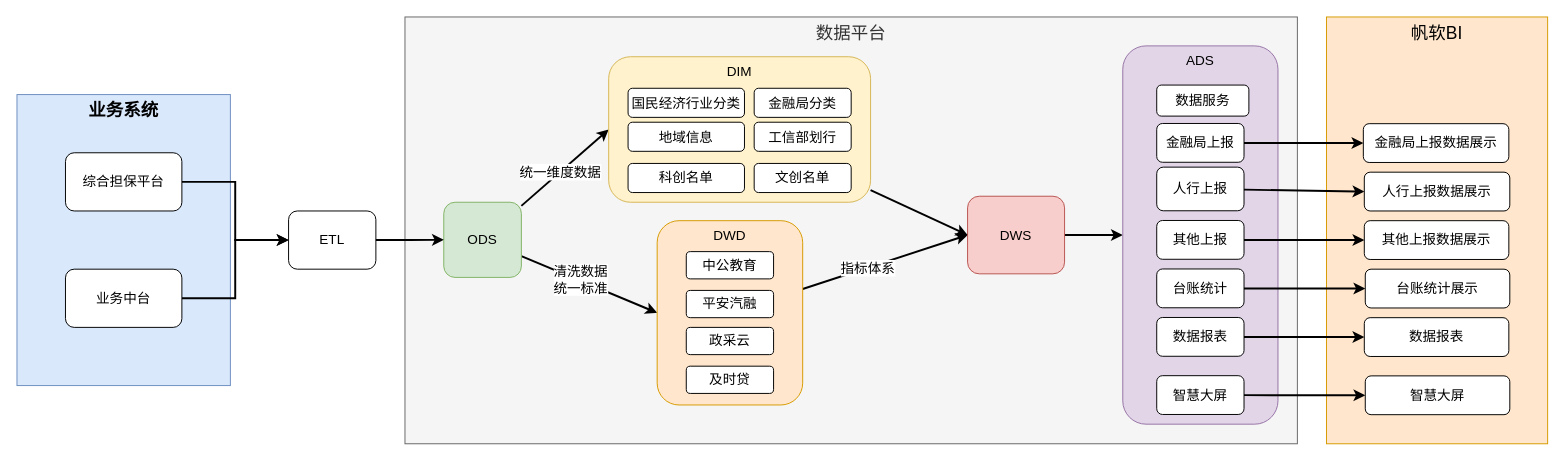
This is page "数据治理" (14 of 21) of work.drawio from starzy1990/diagrams, a draw.io file, before an edit. Source tidied: cells renumbered, new cells numbered last; positions are measured from the earlier drawing's top-left corner, leaving out a move shared by most shapes. Both pictures are drawn from the tidied source at 97%, with x=0, y=0 at pixel (16, 16).
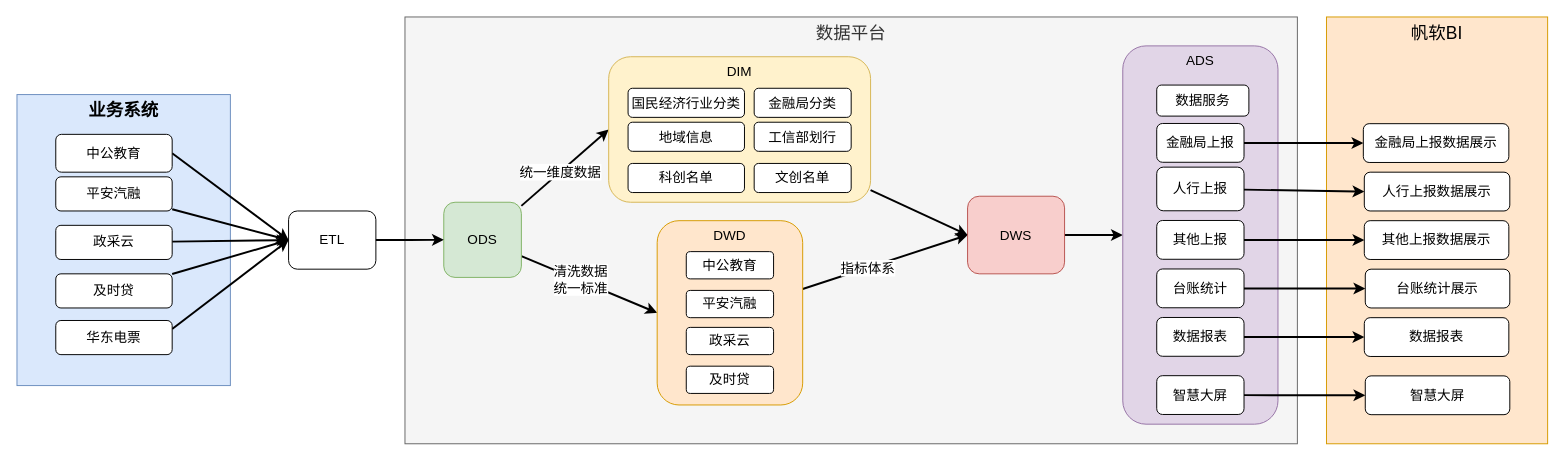
The same diagram, later.

The change refers to these unchanged cells:
```xml
<mxCell id="7" value="ETL" style="rounded=1;whiteSpace=wrap;html=1;fontSize=14;" parent="1" vertex="1">
  <mxGeometry x="280" y="200" width="90" height="60" as="geometry" />
</mxCell>
```

The edit, as a diff of the source:
```diff
@@
-    <mxCell id="3" style="edgeStyle=orthogonalEdgeStyle;rounded=0;jettySize=auto;html=1;entryX=0;entryY=0.5;entryDx=0;entryDy=0;fontSize=14;strokeWidth=2;" parent="1" edge="1" source="4" target="7">
-      <mxGeometry relative="1" as="geometry" />
-    </mxCell>
-    <mxCell id="4" value="综合担保平台" style="rounded=1;whiteSpace=wrap;html=1;fontSize=14;" parent="1" vertex="1">
-      <mxGeometry x="50" y="140" width="120" height="60" as="geometry" />
-    </mxCell>
-    <mxCell id="5" style="edgeStyle=orthogonalEdgeStyle;rounded=0;jettySize=auto;html=1;entryX=0;entryY=0.5;entryDx=0;entryDy=0;fontSize=14;strokeWidth=2;" parent="1" edge="1" source="6" target="7">
-      <mxGeometry relative="1" as="geometry" />
-    </mxCell>
-    <mxCell id="6" value="业务中台" style="rounded=1;whiteSpace=wrap;html=1;fontSize=14;" parent="1" vertex="1">
-      <mxGeometry x="50" y="260" width="120" height="60" as="geometry" />
-    </mxCell>
@@
+    <mxCell id="53" style="rounded=0;jettySize=auto;html=1;entryX=0;entryY=0.5;entryDx=0;entryDy=0;fontSize=14;exitX=1;exitY=0.5;exitDx=0;exitDy=0;strokeWidth=2;" parent="1" edge="1" source="54" target="7">
+      <mxGeometry relative="1" as="geometry" />
+    </mxCell>
+    <mxCell id="54" value="中公教育" style="rounded=1;whiteSpace=wrap;html=1;fontSize=14;" parent="1" vertex="1">
+      <mxGeometry x="40" y="121" width="120" height="39" as="geometry" />
+    </mxCell>
+    <mxCell id="55" style="edgeStyle=none;rounded=0;jettySize=auto;html=1;entryX=0;entryY=0.5;entryDx=0;entryDy=0;strokeWidth=2;fontSize=14;" parent="1" edge="1" source="56" target="7">
+      <mxGeometry relative="1" as="geometry" />
+    </mxCell>
+    <mxCell id="56" value="平安汽融" style="rounded=1;whiteSpace=wrap;html=1;fontSize=14;" parent="1" vertex="1">
+      <mxGeometry x="40" y="164.8" width="120" height="35.2" as="geometry" />
+    </mxCell>
+    <mxCell id="57" style="edgeStyle=none;rounded=0;jettySize=auto;html=1;entryX=0;entryY=0.5;entryDx=0;entryDy=0;strokeWidth=2;fontSize=14;" parent="1" edge="1" source="58" target="7">
+      <mxGeometry relative="1" as="geometry" />
+    </mxCell>
+    <mxCell id="58" value="政采云" style="rounded=1;whiteSpace=wrap;html=1;fontSize=14;" parent="1" vertex="1">
+      <mxGeometry x="40" y="214.8" width="120" height="35.2" as="geometry" />
+    </mxCell>
+    <mxCell id="59" style="edgeStyle=none;rounded=0;jettySize=auto;html=1;entryX=0;entryY=0.5;entryDx=0;entryDy=0;strokeWidth=2;fontSize=14;" parent="1" edge="1" source="60" target="7">
+      <mxGeometry relative="1" as="geometry" />
+    </mxCell>
+    <mxCell id="60" value="及时贷" style="rounded=1;whiteSpace=wrap;html=1;fontSize=14;" parent="1" vertex="1">
+      <mxGeometry x="40" y="264.8" width="120" height="35.2" as="geometry" />
+    </mxCell>
+    <mxCell id="61" style="edgeStyle=none;rounded=0;jettySize=auto;html=1;entryX=0;entryY=0.5;entryDx=0;entryDy=0;strokeWidth=2;fontSize=14;exitX=1;exitY=0.25;exitDx=0;exitDy=0;" parent="1" edge="1" source="62" target="7">
+      <mxGeometry relative="1" as="geometry" />
+    </mxCell>
+    <mxCell id="62" value="华东电票" style="rounded=1;whiteSpace=wrap;html=1;fontSize=14;" parent="1" vertex="1">
+      <mxGeometry x="40" y="312.9" width="120" height="35.2" as="geometry" />
+    </mxCell>
```
